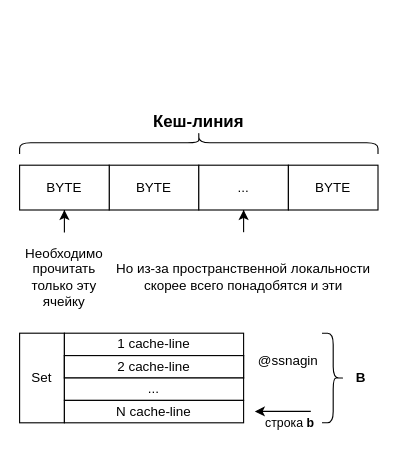
Above: src/schemes/cache/cache-line.drawio in SE-Itmo-Labs/csa-sem4-exam-2026 (draw.io), before the change. Source tidied: cells renumbered, new cells numbered last; positions are measured from the earlier drawing's top-left corner, leaving out a move shared by most shapes. Both pictures are drawn from the tidied source at 112%, with x=0, y=0 at pixel (19, -37).
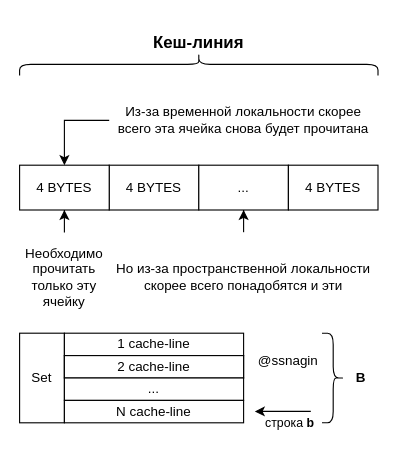
Above is the later version.

Change to the diagram source:
```diff
@@
     <mxCell id="4" value="&lt;b&gt;Кеш-линия&lt;/b&gt;" style="text;html=1;whiteSpace=wrap;strokeColor=none;fillColor=none;align=center;verticalAlign=middle;rounded=0;fontSize=15;" parent="1" vertex="1">
-      <mxGeometry y="120" width="320" height="40" as="geometry" />
+      <mxGeometry y="50" width="320" height="40" as="geometry" />
     </mxCell>
@@
-    <mxCell id="10" value="BYTE" style="rounded=0;whiteSpace=wrap;html=1;" parent="1" vertex="1">
+    <mxCell id="10" value="4 BYTES" style="rounded=0;whiteSpace=wrap;html=1;" parent="1" vertex="1">
       <mxGeometry x="80" y="180" width="80" height="40" as="geometry" />
     </mxCell>
@@
-    <mxCell id="12" value="BYTE" style="rounded=0;whiteSpace=wrap;html=1;" parent="1" vertex="1">
+    <mxCell id="12" value="4 BYTES" style="rounded=0;whiteSpace=wrap;html=1;" parent="1" vertex="1">
       <mxGeometry x="240" y="180" width="80" height="40" as="geometry" />
     </mxCell>
-    <mxCell id="13" value="BYTE" style="rounded=0;whiteSpace=wrap;html=1;strokeColor=light-dark(#000000,#FF3333);" parent="1" vertex="1">
+    <mxCell id="13" value="4 BYTES" style="rounded=0;whiteSpace=wrap;html=1;strokeColor=light-dark(#000000,#FF3333);" parent="1" vertex="1">
       <mxGeometry y="180" width="80" height="40" as="geometry" />
     </mxCell>
     <mxCell id="14" style="shape=curlyBracket;whiteSpace=wrap;html=1;rounded=1;labelPosition=left;verticalLabelPosition=middle;align=right;verticalAlign=middle;rotation=90;" parent="1" vertex="1">
-      <mxGeometry x="150" width="20" height="320" as="geometry" />
+      <mxGeometry x="150" y="-70" width="20" height="320" as="geometry" />
     </mxCell>
@@
+    <mxCell id="23" style="edgeStyle=orthogonalEdgeStyle;rounded=0;jettySize=auto;html=1;entryX=0.5;entryY=0;entryDx=0;entryDy=0;" parent="1" edge="1" source="24" target="13">
+      <mxGeometry relative="1" as="geometry">
+        <Array as="points">
+          <mxPoint x="40" y="140" />
+        </Array>
+      </mxGeometry>
+    </mxCell>
+    <mxCell id="24" value="Из-за временной локальности скорее всего эта ячейка снова будет прочитана" style="text;html=1;whiteSpace=wrap;strokeColor=none;fillColor=light-dark(transparent,#003333);align=center;verticalAlign=middle;rounded=0;" parent="1" vertex="1">
+      <mxGeometry x="80" y="100" width="240" height="80" as="geometry" />
+    </mxCell>
```
